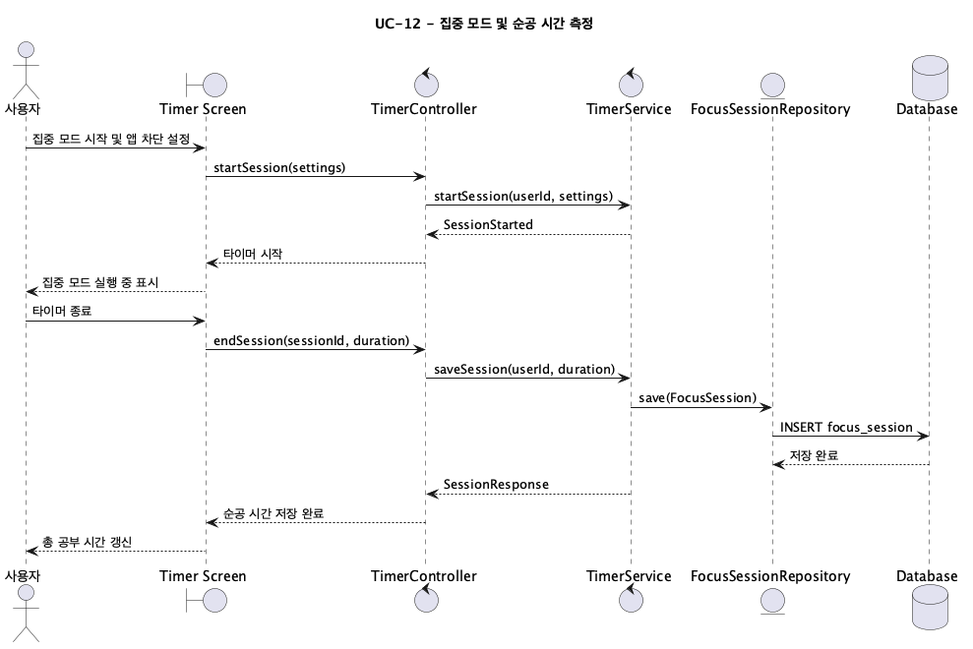
jeongiryang/SoftwareEngineering_team15_project_-Smart-Edu-Platform keeps this PlantUML diagram as screenshots/sequence-diagram/UC12_FocusMode.png. Above is the earlier version. Source of this version:
```plantuml
@startuml UC12_FocusMode
title UC-12 - 집중 모드 및 순공 시간 측정

actor "사용자" as User
boundary "Timer Screen" as UI
control "TimerController" as TimerController
control "TimerService" as TimerService
entity "FocusSessionRepository" as FocusSessionRepository
database "Database" as DB

User -> UI: 집중 모드 시작 및 앱 차단 설정
UI -> TimerController: startSession(settings)
TimerController -> TimerService: startSession(userId, settings)
TimerService --> TimerController: SessionStarted
TimerController --> UI: 타이머 시작
UI --> User: 집중 모드 실행 중 표시

User -> UI: 타이머 종료
UI -> TimerController: endSession(sessionId, duration)
TimerController -> TimerService: saveSession(userId, duration)
TimerService -> FocusSessionRepository: save(FocusSession)
FocusSessionRepository -> DB: INSERT focus_session
DB --> FocusSessionRepository: 저장 완료
TimerService --> TimerController: SessionResponse
TimerController --> UI: 순공 시간 저장 완료
UI --> User: 총 공부 시간 갱신
@enduml
```
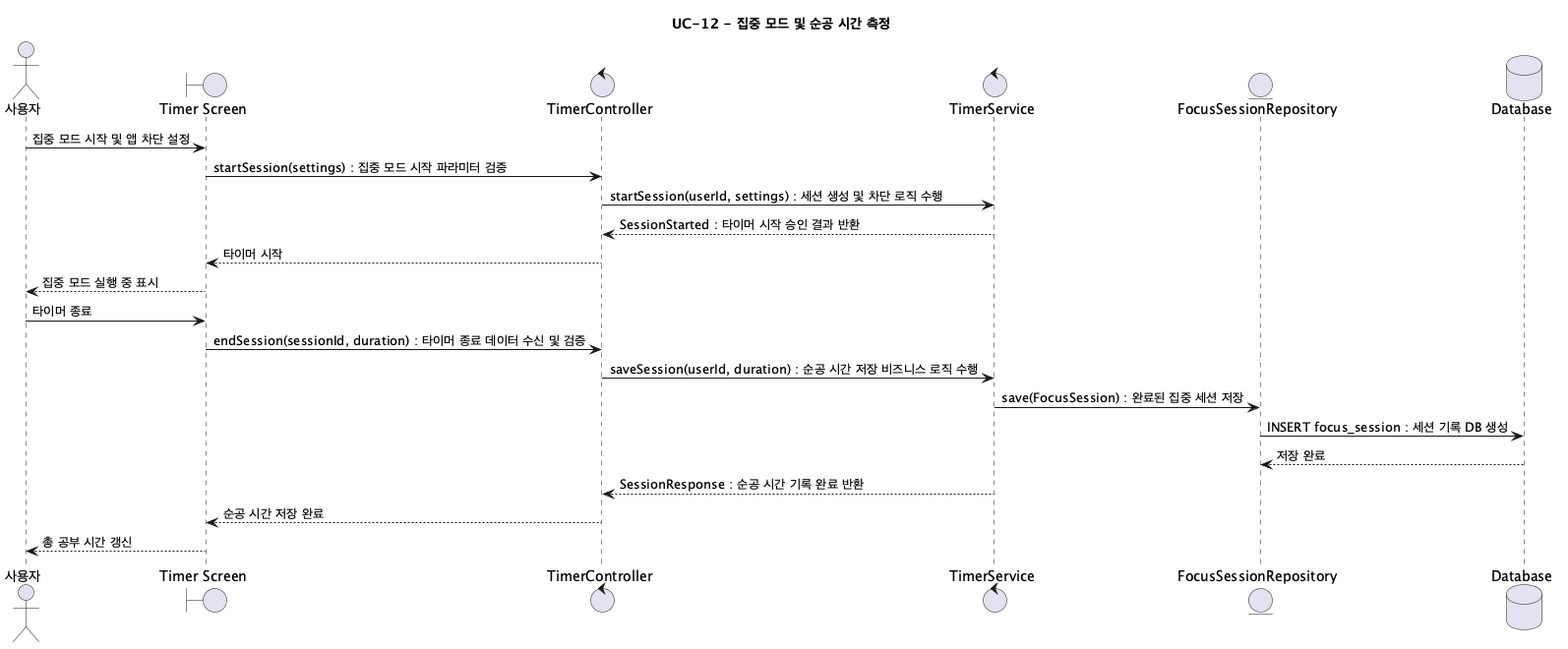
Above is the later version.

The edit, as a diff of the source:
```diff
@@ -9,19 +9,19 @@
 database "Database" as DB
 
 User -> UI: 집중 모드 시작 및 앱 차단 설정
-UI -> TimerController: startSession(settings)
-TimerController -> TimerService: startSession(userId, settings)
-TimerService --> TimerController: SessionStarted
+UI -> TimerController: startSession(settings) : 집중 모드 시작 파라미터 검증
+TimerController -> TimerService: startSession(userId, settings) : 세션 생성 및 차단 로직 수행
+TimerService --> TimerController: SessionStarted : 타이머 시작 승인 결과 반환
 TimerController --> UI: 타이머 시작
 UI --> User: 집중 모드 실행 중 표시
 
 User -> UI: 타이머 종료
-UI -> TimerController: endSession(sessionId, duration)
-TimerController -> TimerService: saveSession(userId, duration)
-TimerService -> FocusSessionRepository: save(FocusSession)
-FocusSessionRepository -> DB: INSERT focus_session
+UI -> TimerController: endSession(sessionId, duration) : 타이머 종료 데이터 수신 및 검증
+TimerController -> TimerService: saveSession(userId, duration) : 순공 시간 저장 비즈니스 로직 수행
+TimerService -> FocusSessionRepository: save(FocusSession) : 완료된 집중 세션 저장
+FocusSessionRepository -> DB: INSERT focus_session : 세션 기록 DB 생성
 DB --> FocusSessionRepository: 저장 완료
-TimerService --> TimerController: SessionResponse
+TimerService --> TimerController: SessionResponse : 순공 시간 기록 완료 반환
 TimerController --> UI: 순공 시간 저장 완료
 UI --> User: 총 공부 시간 갱신
 @enduml
```
